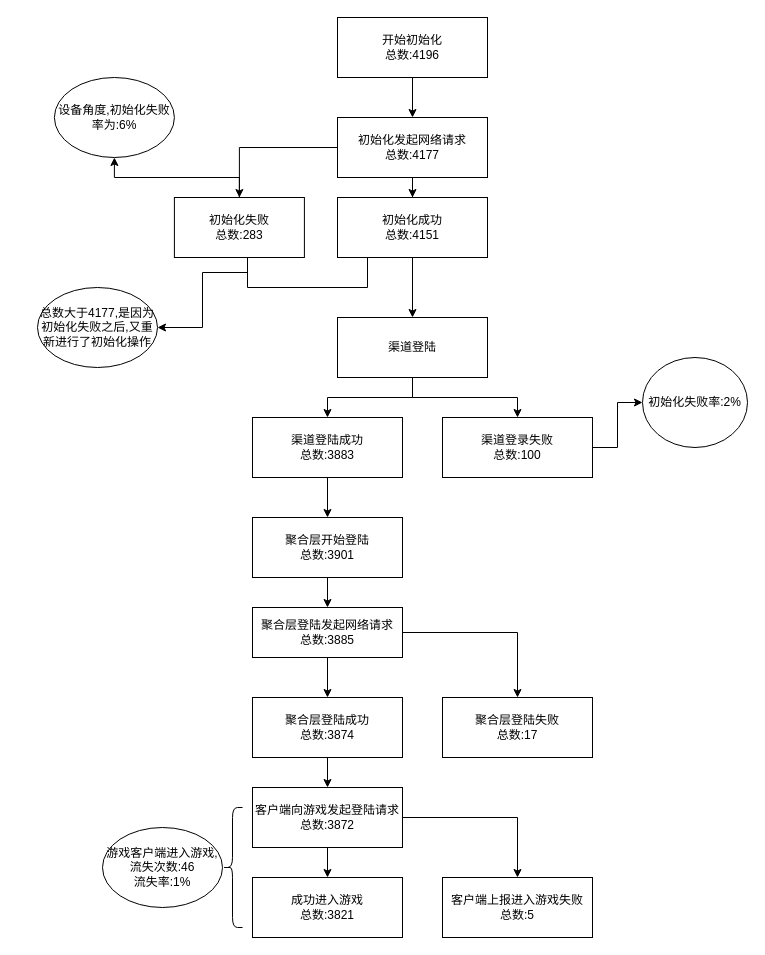
wushengqiang/mydoc keeps this draw.io diagram as 爱丽丝的衣橱2021020212点设备去重(总).drawio. Above is the earlier version. Source tidied: cells renumbered, new cells numbered last; positions are measured from the earlier drawing's top-left corner, leaving out a move shared by most shapes. Both pictures are drawn from the tidied source at 100%, with x=0, y=0 at pixel (37, 17).
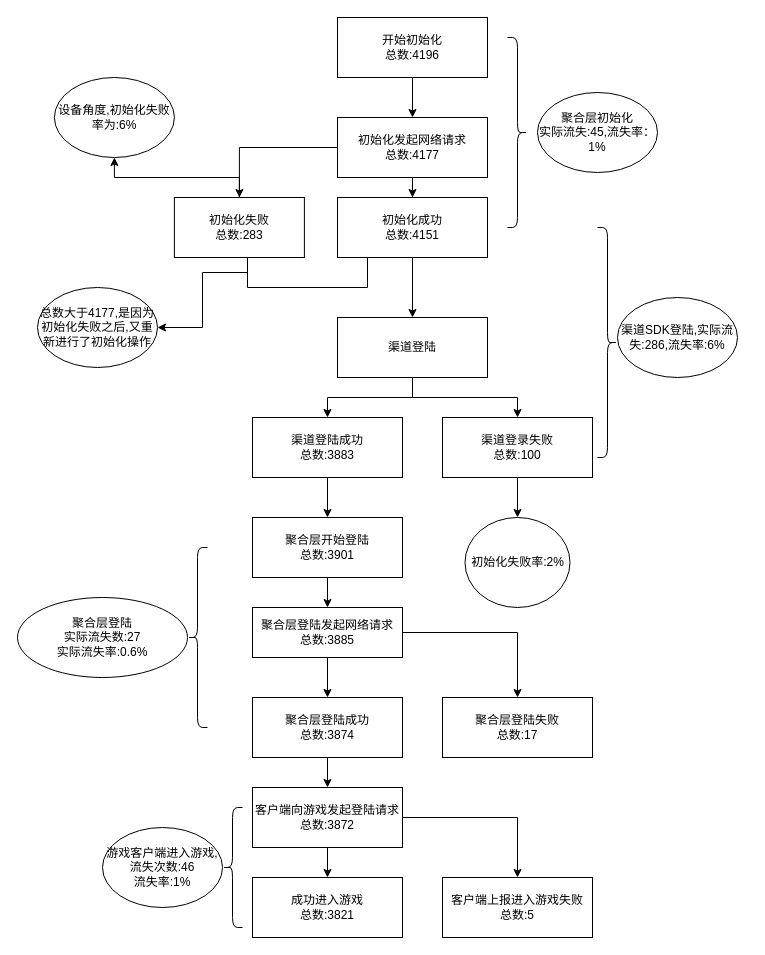
Above is the later version.

Commit message (it also covers changes not shown here):
更新爱丽丝的衣橱2021020212点设备去重(总).drawio

The edit, as a diff of the source:
```diff
@@
     <mxCell id="18" value="&lt;div style=&quot;text-align: left&quot;&gt;初始化失败率:2%&lt;/div&gt;" style="ellipse;whiteSpace=wrap;html=1;" parent="1" vertex="1">
-      <mxGeometry x="605" y="340" width="105" height="90" as="geometry" />
+      <mxGeometry x="427.5" y="500" width="105" height="90" as="geometry" />
     </mxCell>
@@
+    <mxCell id="38" style="shape=curlyBracket;whiteSpace=wrap;html=1;rounded=1;rotation=-180;" parent="1" vertex="1">
+      <mxGeometry x="560" y="210" width="20" height="230" as="geometry" />
+    </mxCell>
+    <mxCell id="39" value="渠道SDK登陆,实际流失:286,流失率:6%" style="ellipse;whiteSpace=wrap;html=1;" parent="1" vertex="1">
+      <mxGeometry x="580" y="280" width="120" height="80" as="geometry" />
+    </mxCell>
+    <mxCell id="40" style="shape=curlyBracket;whiteSpace=wrap;html=1;rounded=1;rotation=-180;" parent="1" vertex="1">
+      <mxGeometry x="470" y="20" width="20" height="190" as="geometry" />
+    </mxCell>
+    <mxCell id="41" value="聚合层初始化&lt;br&gt;实际流失:45,流失率：1%" style="ellipse;whiteSpace=wrap;html=1;" parent="1" vertex="1">
+      <mxGeometry x="500" y="75" width="120" height="80" as="geometry" />
+    </mxCell>
+    <mxCell id="42" style="shape=curlyBracket;whiteSpace=wrap;html=1;rounded=1;" parent="1" vertex="1">
+      <mxGeometry x="150" y="530" width="20" height="180" as="geometry" />
+    </mxCell>
+    <mxCell id="43" value="聚合层登陆&lt;br&gt;实际流失数:27&lt;br&gt;实际流失率:0.6%" style="ellipse;whiteSpace=wrap;html=1;" parent="1" vertex="1">
+      <mxGeometry x="-20" y="580" width="170" height="80" as="geometry" />
+    </mxCell>
```
